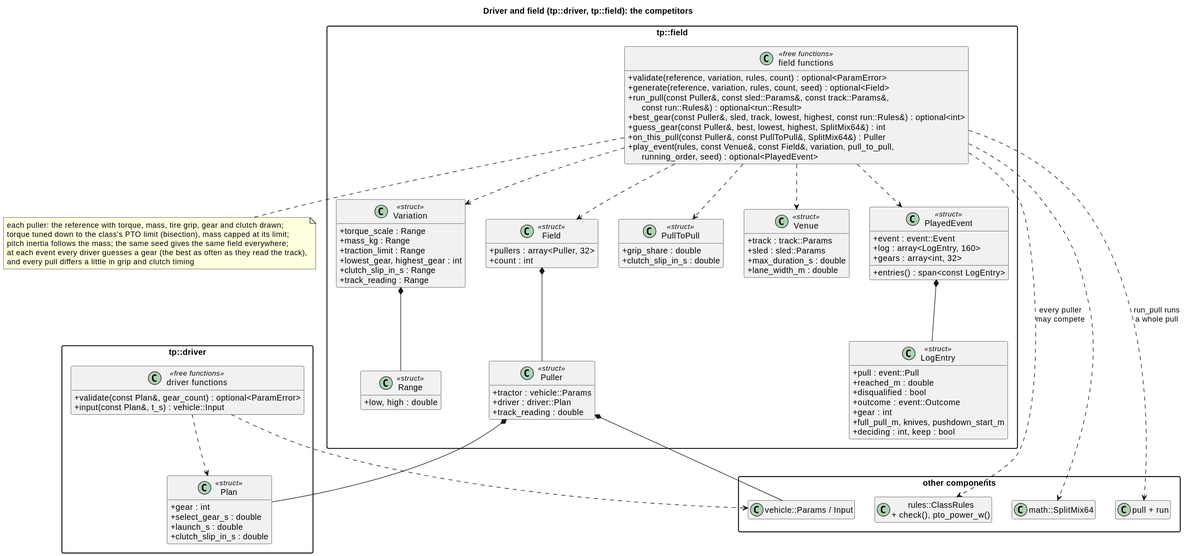
This is docs/diagrams/svg/field_classes.svg from wversteeg/TractorPulling, a PlantUML export, as it was before one commit.
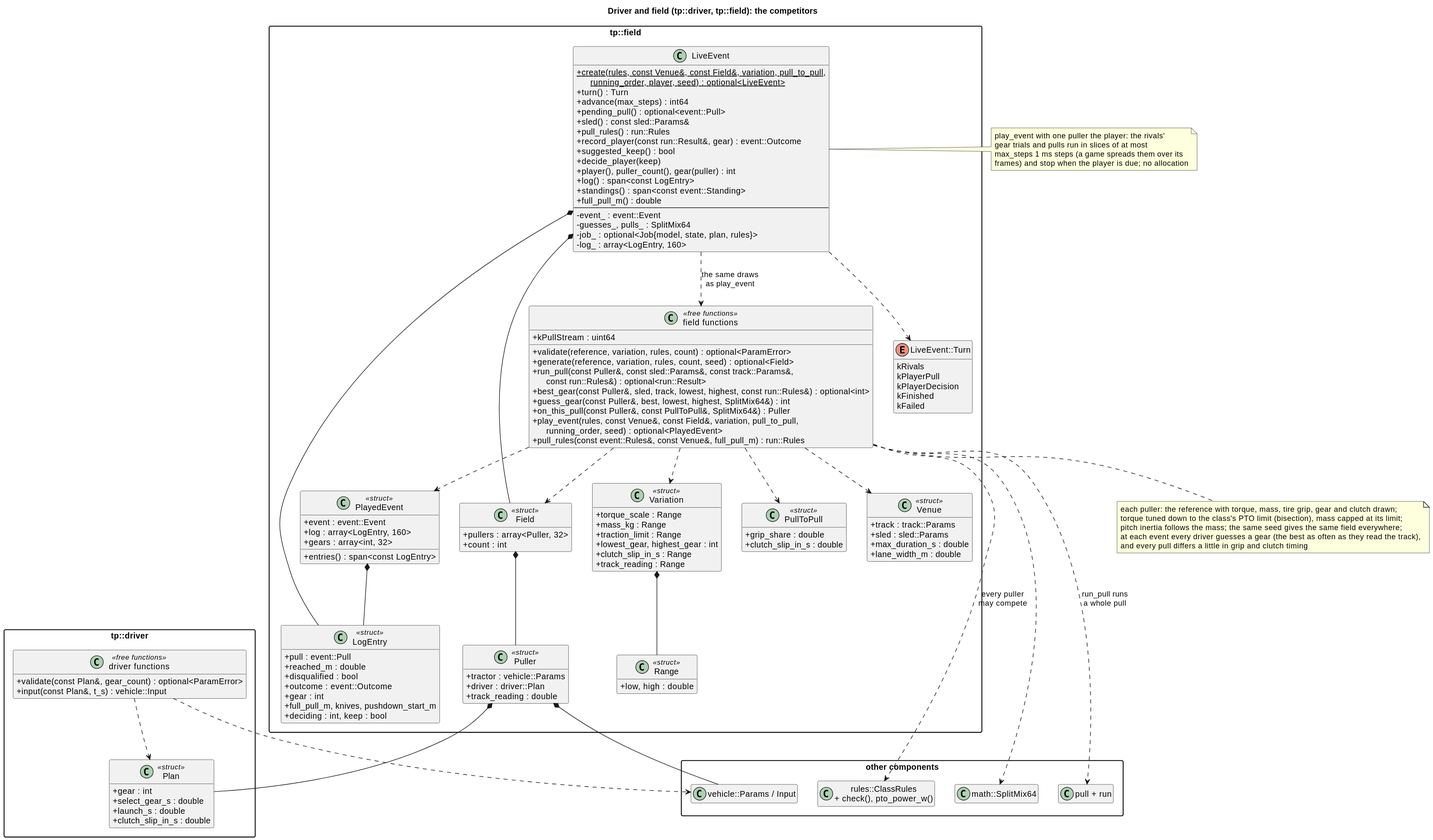
After the commit.

Diff of the diagram source:
```diff
@@ -79,7 +79,40 @@
     +guess_gear(const Puller&, best, lowest, highest, SplitMix64&) : int
     +on_this_pull(const Puller&, const PullToPull&, SplitMix64&) : Puller
     +play_event(rules, const Venue&, const Field&, variation, pull_to_pull,\n      running_order, seed) : optional<PlayedEvent>
+    +pull_rules(const event::Rules&, const Venue&, full_pull_m) : run::Rules
+    +kPullStream : uint64
   }
+  enum "LiveEvent::Turn" as Turn {
+    kRivals
+    kPlayerPull
+    kPlayerDecision
+    kFinished
+    kFailed
+  }
+  class LiveEvent {
+    +{static} create(rules, const Venue&, const Field&, variation, pull_to_pull,\n      running_order, player, seed) : optional<LiveEvent>
+    +turn() : Turn
+    +advance(max_steps) : int64
+    +pending_pull() : optional<event::Pull>
+    +sled() : const sled::Params&
+    +pull_rules() : run::Rules
+    +record_player(const run::Result&, gear) : event::Outcome
+    +suggested_keep() : bool
+    +decide_player(keep)
+    +player(), puller_count(), gear(puller) : int
+    +log() : span<const LogEntry>
+    +standings() : span<const event::Standing>
+    +full_pull_m() : double
+    --
+    -event_ : event::Event
+    -guesses_, pulls_ : SplitMix64
+    -job_ : optional<Job{model, state, plan, rules}>
+    -log_ : array<LogEntry, 160>
+  }
+  LiveEvent ..> Turn
+  LiveEvent *-- Field
+  LiveEvent *-- LogEntry
+  LiveEvent ..> FieldFns : the same draws\nas play_event
   Puller *-- Plan
   Variation *-- Range
   Field *-- Puller
@@ -102,4 +135,10 @@
   at each event every driver guesses a gear (the best as often as they read the track),
   and every pull differs a little in grip and clutch timing
 end note
+note right of LiveEvent
+  play_event with one puller the player: the rivals'
+  gear trials and pulls run in slices of at most
+  max_steps 1 ms steps (a game spreads them over its
+  frames) and stop when the player is due; no allocation
+end note
 @enduml
```
